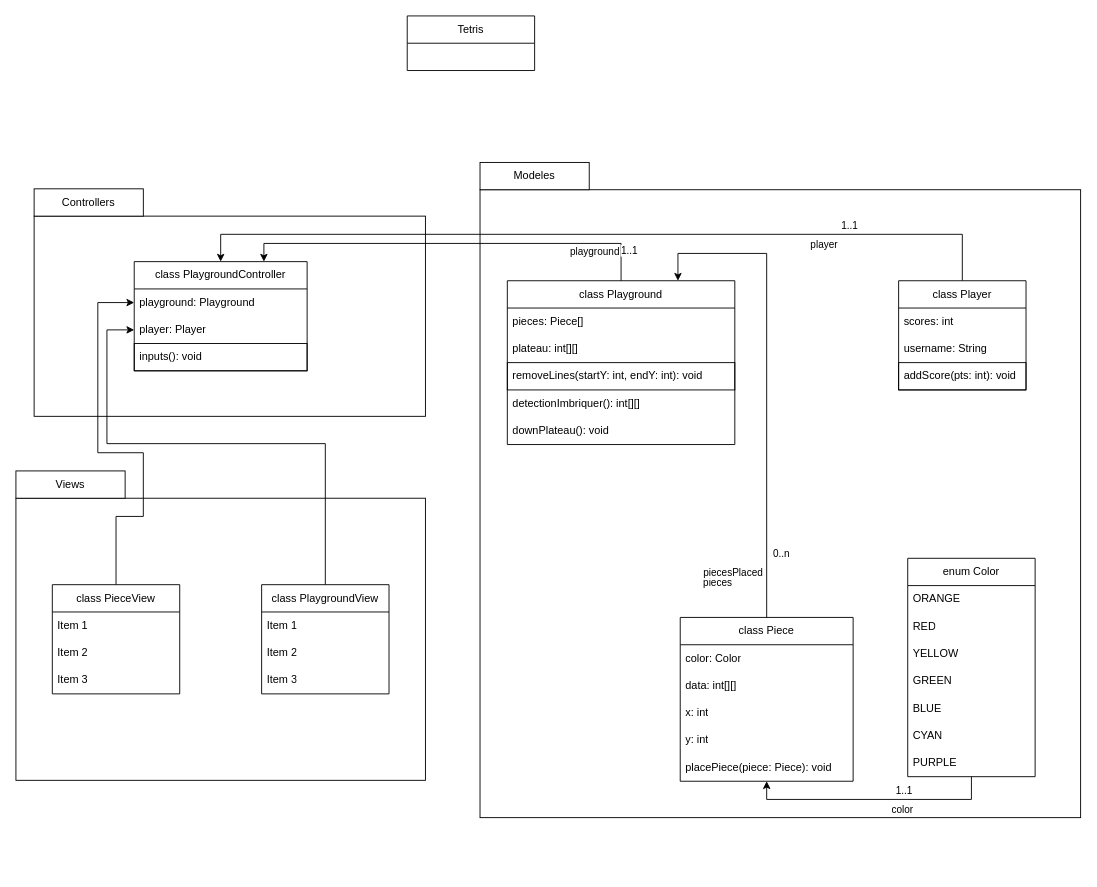
Above: UML.drawio in ESEO-School-project/Tetris (draw.io), before the change. Source tidied: cells renumbered, new cells numbered last; positions are measured from the earlier drawing's top-left corner, leaving out a move shared by most shapes. Both pictures are drawn from the tidied source at 91%, with x=0, y=0 at pixel (15, 15).
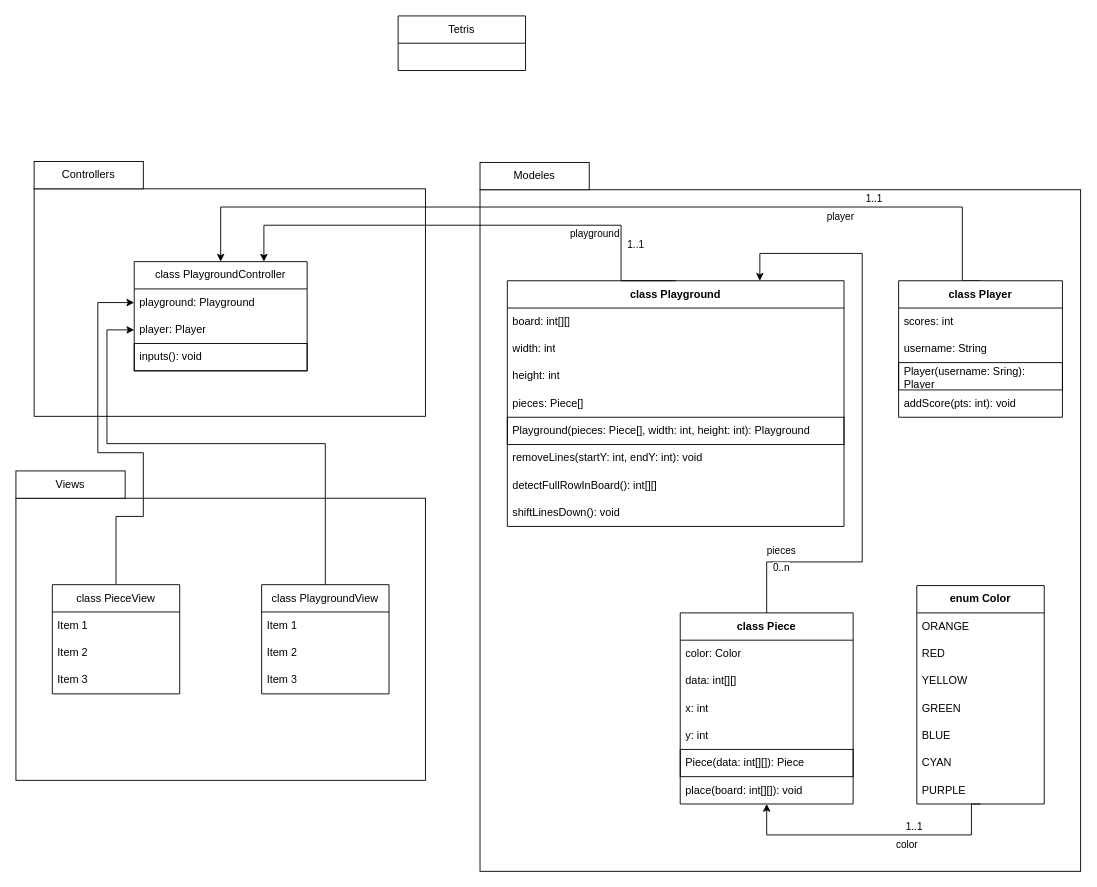
The same page after the edit.

Commit message (it also covers changes not shown here):
Mettre à jour UML.drawio

The change refers to these unchanged cells:
```xml
<mxCell id="4" value="&lt;div&gt;class PlaygroundController&lt;/div&gt;" style="swimlane;fontStyle=0;horizontal=1;startSize=30;whiteSpace=wrap;html=1;" parent="1" vertex="1">
  <mxGeometry x="130" y="270" width="190" height="120" as="geometry" />
</mxCell>
```

Diff of the diagram source:
```diff
@@
     <mxCell id="2" style="rounded=0;whiteSpace=wrap;html=1;" parent="1" vertex="1">
-      <mxGeometry x="20" y="220" width="430" height="220" as="geometry" />
+      <mxGeometry x="20" y="190" width="430" height="250" as="geometry" />
     </mxCell>
     <mxCell id="3" style="rounded=0;whiteSpace=wrap;html=1;" parent="1" vertex="1">
-      <mxGeometry x="510" y="191" width="660" height="690" as="geometry" />
+      <mxGeometry x="510" y="191" width="660" height="749" as="geometry" />
     </mxCell>
@@
     <mxCell id="8" style="edgeStyle=orthogonalEdgeStyle;rounded=0;jettySize=auto;html=1;entryX=0.5;entryY=0;entryDx=0;entryDy=0;exitX=0.5;exitY=0;exitDx=0;exitDy=0;" parent="1" edge="1" source="11" target="4">
       <mxGeometry relative="1" as="geometry">
         <Array as="points">
-          <mxPoint x="1040" y="240" />
-          <mxPoint x="225" y="240" />
+          <mxPoint x="1040" y="291" />
+          <mxPoint x="1040" y="210" />
+          <mxPoint x="225" y="210" />
         </Array>
       </mxGeometry>
     </mxCell>
@@
-    <mxCell id="11" value="class Player" style="swimlane;fontStyle=0;horizontal=1;startSize=30;whiteSpace=wrap;html=1;" parent="1" vertex="1">
-      <mxGeometry x="970" y="291" width="140" height="120" as="geometry" />
+    <mxCell id="11" value="&lt;b&gt;class Player&lt;/b&gt;" style="swimlane;fontStyle=0;horizontal=1;startSize=30;whiteSpace=wrap;html=1;" parent="1" vertex="1">
+      <mxGeometry x="970" y="291" width="180" height="150" as="geometry" />
     </mxCell>
     <mxCell id="12" value="scores: int" style="text;strokeColor=none;fillColor=none;align=left;verticalAlign=middle;spacingLeft=4;spacingRight=4;overflow=hidden;whiteSpace=wrap;html=1;" parent="11" vertex="1">
-      <mxGeometry y="30" width="140" height="30" as="geometry" />
+      <mxGeometry y="30" width="180" height="30" as="geometry" />
     </mxCell>
     <mxCell id="13" value="username: String" style="text;strokeColor=none;fillColor=none;align=left;verticalAlign=middle;spacingLeft=4;spacingRight=4;overflow=hidden;whiteSpace=wrap;html=1;" parent="11" vertex="1">
-      <mxGeometry y="60" width="140" height="30" as="geometry" />
+      <mxGeometry y="60" width="180" height="30" as="geometry" />
     </mxCell>
+    <mxCell id="60" value="Player(username: Sring): Player" style="text;strokeColor=default;fillColor=none;align=left;verticalAlign=middle;spacingLeft=4;spacingRight=4;overflow=hidden;whiteSpace=wrap;html=1;" parent="11" vertex="1">
+      <mxGeometry y="90" width="180" height="30" as="geometry" />
+    </mxCell>
-    <mxCell id="14" value="addScore(pts: int): void" style="text;strokeColor=default;fillColor=none;align=left;verticalAlign=middle;spacingLeft=4;spacingRight=4;overflow=hidden;whiteSpace=wrap;html=1;" parent="11" vertex="1">
-      <mxGeometry y="90" width="140" height="30" as="geometry" />
+    <mxCell id="14" value="addScore(pts: int): void" style="text;strokeColor=none;fillColor=none;align=left;verticalAlign=middle;spacingLeft=4;spacingRight=4;overflow=hidden;whiteSpace=wrap;html=1;" parent="11" vertex="1">
+      <mxGeometry y="120" width="180" height="30" as="geometry" />
     </mxCell>
-    <mxCell id="15" value="class Playground" style="swimlane;fontStyle=0;horizontal=1;startSize=30;whiteSpace=wrap;html=1;" parent="1" vertex="1">
-      <mxGeometry x="540" y="291" width="250" height="180" as="geometry" />
+    <mxCell id="15" value="&lt;b&gt;class Playground&lt;/b&gt;" style="swimlane;fontStyle=0;horizontal=1;startSize=30;whiteSpace=wrap;html=1;" parent="1" vertex="1">
+      <mxGeometry x="540" y="291" width="370" height="270" as="geometry" />
     </mxCell>
+    <mxCell id="61" value="board: int[][]" style="text;strokeColor=none;fillColor=none;align=left;verticalAlign=middle;spacingLeft=4;spacingRight=4;overflow=hidden;whiteSpace=wrap;html=1;" parent="15" vertex="1">
+      <mxGeometry y="30" width="370" height="30" as="geometry" />
+    </mxCell>
+    <mxCell id="17" value="width: int" style="text;strokeColor=none;fillColor=none;align=left;verticalAlign=middle;spacingLeft=4;spacingRight=4;overflow=hidden;whiteSpace=wrap;html=1;" parent="15" vertex="1">
+      <mxGeometry y="60" width="370" height="30" as="geometry" />
+    </mxCell>
+    <mxCell id="62" value="height: int" style="text;strokeColor=none;fillColor=none;align=left;verticalAlign=middle;spacingLeft=4;spacingRight=4;overflow=hidden;whiteSpace=wrap;html=1;" parent="15" vertex="1">
+      <mxGeometry y="90" width="370" height="30" as="geometry" />
+    </mxCell>
     <mxCell id="16" value="pieces: Piece[]" style="text;strokeColor=none;fillColor=none;align=left;verticalAlign=middle;spacingLeft=4;spacingRight=4;overflow=hidden;whiteSpace=wrap;html=1;" parent="15" vertex="1">
-      <mxGeometry y="30" width="250" height="30" as="geometry" />
+      <mxGeometry y="120" width="370" height="30" as="geometry" />
     </mxCell>
-    <mxCell id="17" value="plateau: int[][]" style="text;strokeColor=none;fillColor=none;align=left;verticalAlign=middle;spacingLeft=4;spacingRight=4;overflow=hidden;whiteSpace=wrap;html=1;" parent="15" vertex="1">
-      <mxGeometry y="60" width="250" height="30" as="geometry" />
-    </mxCell>
+    <mxCell id="63" value="Playground(pieces: Piece[], width: int, height: int): Playground" style="text;strokeColor=default;fillColor=none;align=left;verticalAlign=middle;spacingLeft=4;spacingRight=4;overflow=hidden;whiteSpace=wrap;html=1;strokeWidth=1;" parent="15" vertex="1">
+      <mxGeometry y="150" width="370" height="30" as="geometry" />
+    </mxCell>
-    <mxCell id="18" value="removeLines(startY: int, endY: int): void" style="text;strokeColor=default;fillColor=none;align=left;verticalAlign=middle;spacingLeft=4;spacingRight=4;overflow=hidden;whiteSpace=wrap;html=1;" parent="15" vertex="1">
-      <mxGeometry y="90" width="250" height="30" as="geometry" />
+    <mxCell id="18" value="removeLines(startY: int, endY: int): void" style="text;strokeColor=none;fillColor=none;align=left;verticalAlign=middle;spacingLeft=4;spacingRight=4;overflow=hidden;whiteSpace=wrap;html=1;strokeWidth=1;" parent="15" vertex="1">
+      <mxGeometry y="180" width="370" height="30" as="geometry" />
     </mxCell>
-    <mxCell id="19" value="detectionImbriquer(): int[][]" style="text;strokeColor=none;fillColor=none;align=left;verticalAlign=middle;spacingLeft=4;spacingRight=4;overflow=hidden;whiteSpace=wrap;html=1;" parent="15" vertex="1">
-      <mxGeometry y="120" width="250" height="30" as="geometry" />
+    <mxCell id="19" value="detectFullRowInBoard(): int[][]" style="text;strokeColor=none;fillColor=none;align=left;verticalAlign=middle;spacingLeft=4;spacingRight=4;overflow=hidden;whiteSpace=wrap;html=1;" parent="15" vertex="1">
+      <mxGeometry y="210" width="370" height="30" as="geometry" />
     </mxCell>
-    <mxCell id="20" value="downPlateau(): void" style="text;strokeColor=none;fillColor=none;align=left;verticalAlign=middle;spacingLeft=4;spacingRight=4;overflow=hidden;whiteSpace=wrap;html=1;" parent="15" vertex="1">
-      <mxGeometry y="150" width="250" height="30" as="geometry" />
+    <mxCell id="20" value="shiftLinesDown(): void" style="text;strokeColor=none;fillColor=none;align=left;verticalAlign=middle;spacingLeft=4;spacingRight=4;overflow=hidden;whiteSpace=wrap;html=1;" parent="15" vertex="1">
+      <mxGeometry y="240" width="370" height="30" as="geometry" />
     </mxCell>
-    <mxCell id="21" value="class Piece" style="swimlane;fontStyle=0;horizontal=1;startSize=30;whiteSpace=wrap;html=1;" parent="1" vertex="1">
-      <mxGeometry x="730" y="661" width="190" height="180" as="geometry" />
+    <mxCell id="21" value="&lt;b&gt;class Piece&lt;/b&gt;" style="swimlane;fontStyle=0;horizontal=1;startSize=30;whiteSpace=wrap;html=1;" parent="1" vertex="1">
+      <mxGeometry x="730" y="656" width="190" height="210" as="geometry" />
     </mxCell>
@@
-    <mxCell id="26" value="placePiece(piece: Piece): void" style="text;strokeColor=none;fillColor=none;align=left;verticalAlign=middle;spacingLeft=4;spacingRight=4;overflow=hidden;whiteSpace=wrap;html=1;" parent="21" vertex="1">
+    <mxCell id="26" value="Piece(data: int[][]): Piece" style="text;strokeColor=default;fillColor=none;align=left;verticalAlign=middle;spacingLeft=4;spacingRight=4;overflow=hidden;whiteSpace=wrap;html=1;" parent="21" vertex="1">
       <mxGeometry y="150" width="190" height="30" as="geometry" />
     </mxCell>
+    <mxCell id="64" value="place(board: int[][]): void" style="text;strokeColor=none;fillColor=none;align=left;verticalAlign=middle;spacingLeft=4;spacingRight=4;overflow=hidden;whiteSpace=wrap;html=1;" parent="21" vertex="1">
+      <mxGeometry y="180" width="190" height="30" as="geometry" />
+    </mxCell>
-    <mxCell id="27" value="enum Color" style="swimlane;fontStyle=0;horizontal=1;startSize=30;whiteSpace=wrap;html=1;" parent="1" vertex="1">
-      <mxGeometry x="980" y="596" width="140" height="240" as="geometry" />
+    <mxCell id="27" value="&lt;b&gt;enum Color&lt;/b&gt;" style="swimlane;fontStyle=0;horizontal=1;startSize=30;whiteSpace=wrap;html=1;" parent="1" vertex="1">
+      <mxGeometry x="990" y="626" width="140" height="240" as="geometry" />
     </mxCell>
@@
     <mxCell id="35" style="edgeStyle=orthogonalEdgeStyle;rounded=0;jettySize=auto;html=1;exitX=0.5;exitY=0;exitDx=0;exitDy=0;entryX=0.75;entryY=0;entryDx=0;entryDy=0;" parent="1" edge="1" source="15" target="4">
       <mxGeometry relative="1" as="geometry">
         <Array as="points">
-          <mxPoint x="665" y="250" />
-          <mxPoint x="273" y="250" />
+          <mxPoint x="665" y="291" />
+          <mxPoint x="665" y="230" />
+          <mxPoint x="273" y="230" />
         </Array>
       </mxGeometry>
     </mxCell>
     <mxCell id="36" value="1..1" style="edgeLabel;html=1;align=center;verticalAlign=middle;" parent="35" vertex="1">
       <mxGeometry x="-0.53" y="-1" relative="1" as="geometry">
-        <mxPoint x="74" y="8" as="offset" />
+        <mxPoint x="24" y="21" as="offset" />
       </mxGeometry>
     </mxCell>
     <mxCell id="37" value="playground" style="edgeLabel;html=1;align=center;verticalAlign=middle;rotation=0;" parent="1" vertex="1">
-      <mxGeometry x="630" y="260" as="geometry">
+      <mxGeometry x="630" y="240" as="geometry">
         <mxPoint x="5" y="-2" as="offset" />
       </mxGeometry>
     </mxCell>
     <mxCell id="38" style="edgeStyle=orthogonalEdgeStyle;rounded=0;jettySize=auto;html=1;exitX=0.5;exitY=1;exitDx=0;exitDy=0;entryX=0.5;entryY=1;entryDx=0;entryDy=0;" parent="1" edge="1" source="27" target="21">
-      <mxGeometry relative="1" as="geometry" />
+      <mxGeometry relative="1" as="geometry">
+        <Array as="points">
+          <mxPoint x="1050" y="900" />
+          <mxPoint x="825" y="900" />
+        </Array>
+      </mxGeometry>
     </mxCell>
@@
     <mxCell id="41" style="edgeStyle=orthogonalEdgeStyle;rounded=0;jettySize=auto;html=1;exitX=0.5;exitY=0;exitDx=0;exitDy=0;entryX=0.75;entryY=0;entryDx=0;entryDy=0;" parent="1" edge="1" source="21" target="15">
       <mxGeometry relative="1" as="geometry">
         <Array as="points">
-          <mxPoint x="825" y="261" />
-          <mxPoint x="728" y="261" />
+          <mxPoint x="825" y="600" />
+          <mxPoint x="930" y="600" />
+          <mxPoint x="930" y="261" />
+          <mxPoint x="818" y="261" />
         </Array>
       </mxGeometry>
     </mxCell>
     <mxCell id="42" value="0..n" style="edgeLabel;html=1;align=center;verticalAlign=middle;" parent="41" vertex="1">
       <mxGeometry x="0.04" y="1" relative="1" as="geometry">
-        <mxPoint x="16" y="203" as="offset" />
+        <mxPoint x="-89" y="179" as="offset" />
       </mxGeometry>
     </mxCell>
     <mxCell id="43" value="&lt;div&gt;pieces&lt;/div&gt;" style="edgeLabel;html=1;align=center;verticalAlign=middle;" parent="41" vertex="1">
       <mxGeometry x="-0.3" y="-1" relative="1" as="geometry">
-        <mxPoint x="-56" y="146" as="offset" />
+        <mxPoint x="-91" y="51" as="offset" />
       </mxGeometry>
     </mxCell>
-    <mxCell id="44" value="piecesPlaced" style="edgeLabel;html=1;align=center;verticalAlign=middle;" parent="41" vertex="1">
-      <mxGeometry x="0.51" relative="1" as="geometry">
-        <mxPoint x="-38" y="348" as="offset" />
-      </mxGeometry>
-    </mxCell>
@@
     <mxCell id="46" value="Controllers" style="rounded=0;whiteSpace=wrap;html=1;" parent="1" vertex="1">
-      <mxGeometry x="20" y="190" width="120" height="30" as="geometry" />
+      <mxGeometry x="20" y="160" width="120" height="30" as="geometry" />
     </mxCell>
@@
     <mxCell id="58" value="Tetris" style="swimlane;fontStyle=0;horizontal=1;startSize=30;whiteSpace=wrap;html=1;" parent="1" vertex="1">
-      <mxGeometry x="430" width="140" height="60" as="geometry" />
+      <mxGeometry x="420" width="140" height="60" as="geometry" />
     </mxCell>
```
